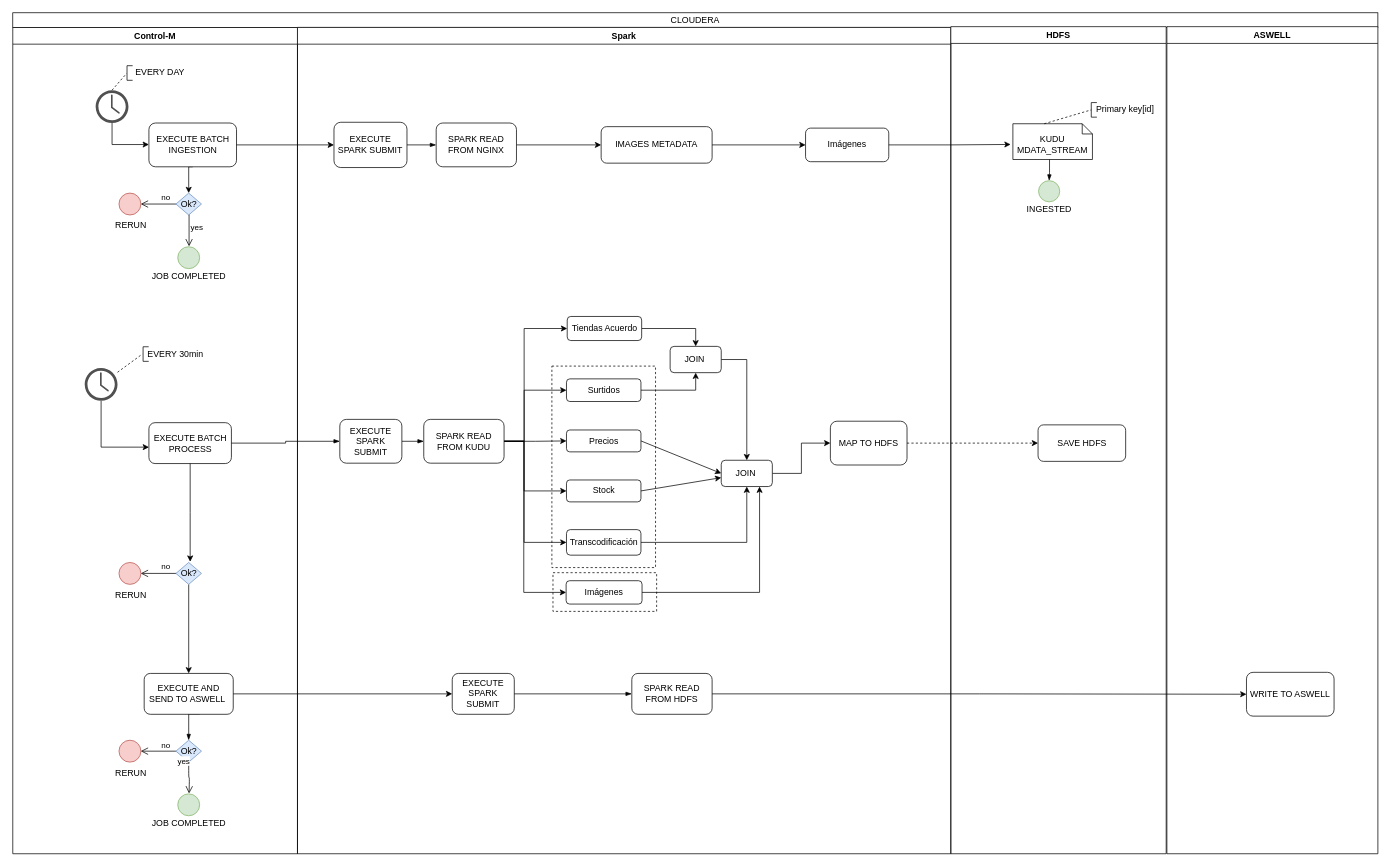
Above: Cap Diagram.drawio in StefanoMazzukaCapgemini/Cap_Diagram (draw.io), before the change. Source tidied: cells renumbered, new cells numbered last; positions are measured from the earlier drawing's top-left corner, leaving out a move shared by most shapes. Both pictures are drawn from the tidied source at 73%, with x=0, y=0 at pixel (12, 12).
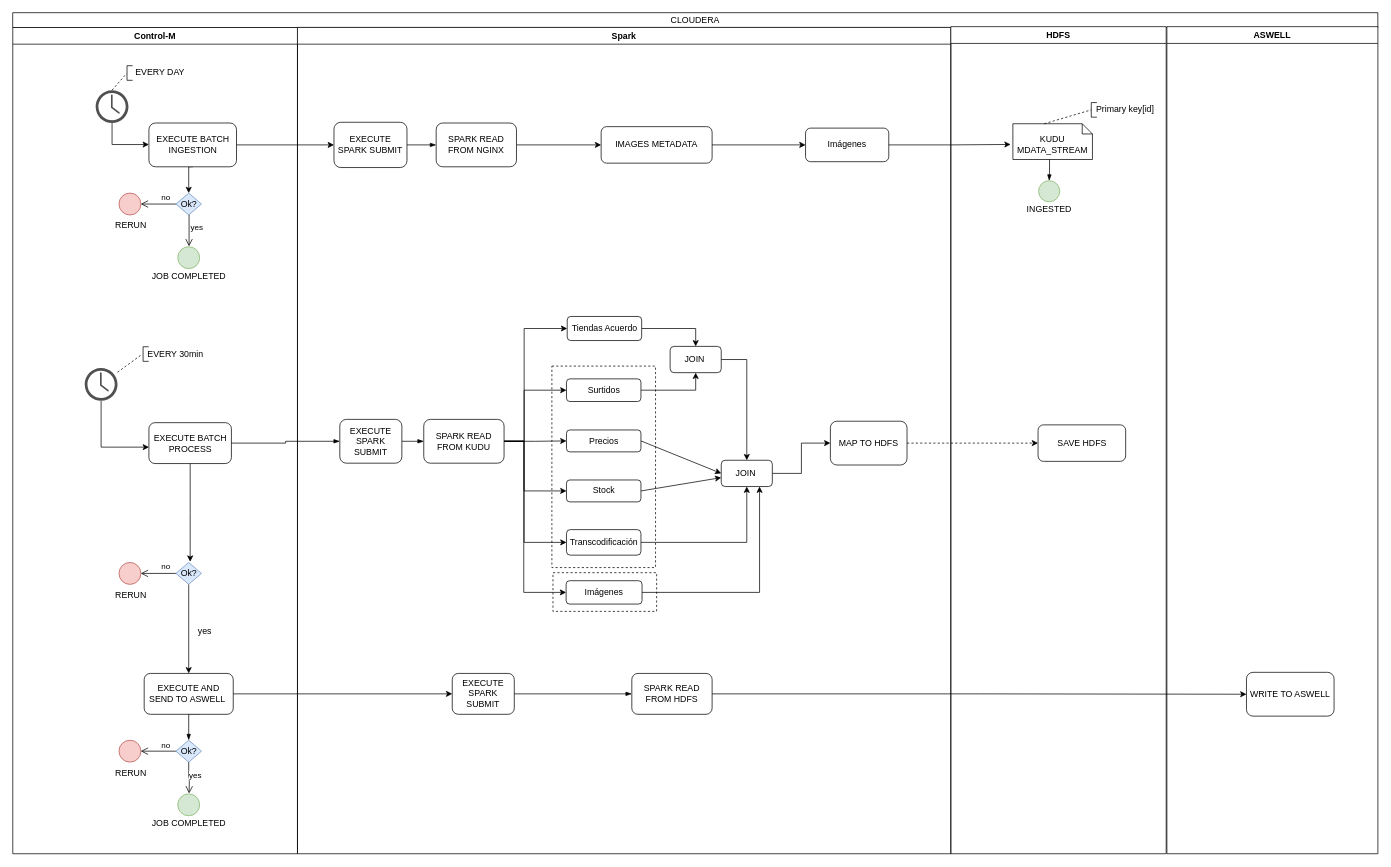
Above is the later version.

Unchanged cells that the change refers to:
```xml
<mxCell id="2" value="Control-M" style="swimlane;whiteSpace=wrap;startSize=23;" parent="1" vertex="1">
  <mxGeometry y="20" width="390" height="1132" as="geometry" />
</mxCell>
<mxCell id="12" value="Ok?" style="rhombus;whiteSpace=wrap;html=1;fillColor=#dae8fc;strokeColor=#6c8ebf;" parent="2" vertex="1">
  <mxGeometry x="223.5" y="976.5" width="35" height="30" as="geometry" />
</mxCell>
```

Change to the diagram source:
```diff
@@
     <mxCell id="14" value="yes" style="edgeStyle=orthogonalEdgeStyle;html=1;align=left;verticalAlign=top;endArrow=open;endSize=8;entryX=0.5;entryY=0;entryDx=0;entryDy=0;" parent="2" edge="1" source="12">
-      <mxGeometry x="0.01" y="18" relative="1" as="geometry">
+      <mxGeometry x="0.01" y="10" relative="1" as="geometry">
         <mxPoint x="241.5" y="1049.5" as="targetPoint" />
-        <mxPoint x="-18" y="-18" as="offset" />
+        <mxPoint x="-2" y="-6" as="offset" />
       </mxGeometry>
     </mxCell>
@@
+    <mxCell id="96" value="yes" style="text;html=1;align=left;verticalAlign=top;spacingTop=-4;" parent="1" vertex="1">
+      <mxGeometry x="252" y="838" width="30" height="20" as="geometry" />
+    </mxCell>
```
